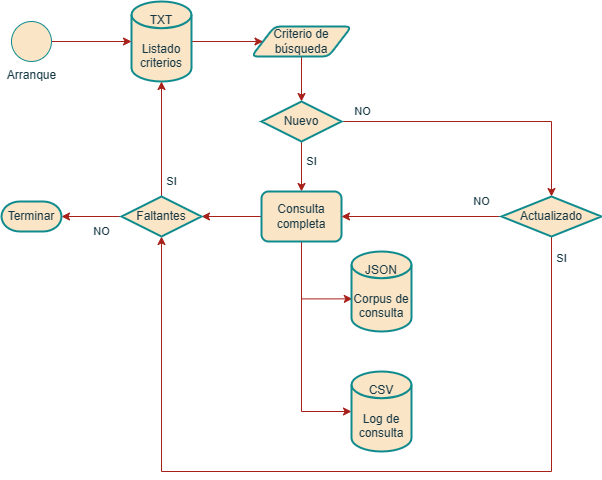
Above: diagramas-flujo/consultar_api.drawio.png in CAMM961001/inai-itam (draw.io), before the change. Source tidied: cells renumbered, new cells last; positions are measured from the earlier drawing's top-left corner, leaving out a move shared by most shapes.
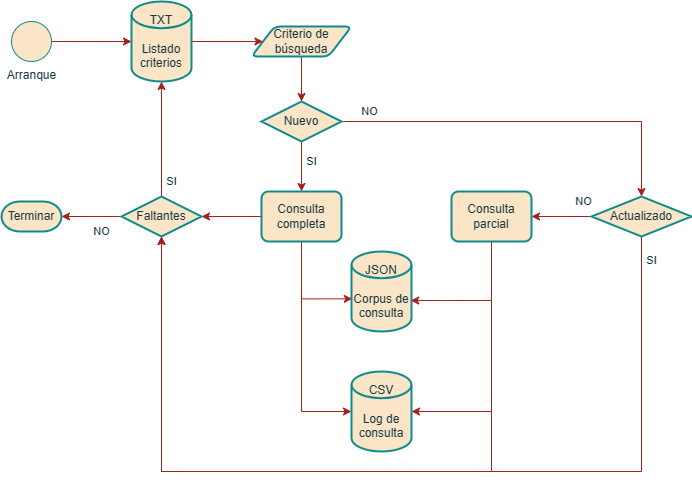
After the commit.

The edit, as a diff of the source:
```diff
@@ -52,16 +52,16 @@
     <mxCell id="15" value="SI" style="edgeStyle=orthogonalEdgeStyle;rounded=0;jettySize=auto;html=1;entryX=0.5;entryY=1;entryDx=0;entryDy=0;entryPerimeter=0;strokeColor=#A8201A;fontColor=#143642;fillColor=#FAE5C7;exitX=0.5;exitY=1;exitDx=0;exitDy=0;exitPerimeter=0;" parent="1" edge="1" source="17" target="21">
       <mxGeometry x="-0.95" y="10" relative="1" as="geometry">
         <Array as="points">
-          <mxPoint x="550" y="470" />
+          <mxPoint x="640" y="470" />
           <mxPoint x="160" y="470" />
         </Array>
       </mxGeometry>
     </mxCell>
-    <mxCell id="16" value="NO" style="edgeStyle=orthogonalEdgeStyle;rounded=0;jettySize=auto;html=1;entryX=1;entryY=0.5;entryDx=0;entryDy=0;strokeColor=#A8201A;fontColor=#143642;fillColor=#FAE5C7;" parent="1" edge="1" source="17" target="10">
+    <mxCell id="16" value="NO" style="edgeStyle=orthogonalEdgeStyle;rounded=0;jettySize=auto;html=1;strokeColor=#A8201A;fontColor=#143642;fillColor=#FAE5C7;entryX=1;entryY=0.5;entryDx=0;entryDy=0;" parent="1" edge="1" source="17" target="27">
       <mxGeometry x="-0.75" y="-15" relative="1" as="geometry" />
     </mxCell>
     <mxCell id="17" value="Actualizado" style="strokeWidth=2;html=1;shape=mxgraph.flowchart.decision;whiteSpace=wrap;strokeColor=#0F8B8D;fontColor=#143642;fillColor=#FAE5C7;" parent="1" vertex="1">
-      <mxGeometry x="500" y="195" width="100" height="40" as="geometry" />
+      <mxGeometry x="590" y="195" width="100" height="40" as="geometry" />
     </mxCell>
     <mxCell id="18" value="CSV&lt;br&gt;&lt;br&gt;Log de&lt;br&gt;consulta" style="strokeWidth=2;html=1;shape=mxgraph.flowchart.database;whiteSpace=wrap;strokeColor=#0F8B8D;fontColor=#143642;fillColor=#FAE5C7;" parent="1" vertex="1">
       <mxGeometry x="350" y="370" width="60" height="80" as="geometry" />
@@ -81,5 +81,30 @@
     <mxCell id="23" value="JSON&lt;br&gt;&lt;br&gt;Corpus de&lt;br&gt;consulta" style="strokeWidth=2;html=1;shape=mxgraph.flowchart.database;whiteSpace=wrap;strokeColor=#0F8B8D;fontColor=#143642;fillColor=#FAE5C7;" parent="1" vertex="1">
       <mxGeometry x="350" y="250" width="60" height="80" as="geometry" />
     </mxCell>
+    <mxCell id="24" style="edgeStyle=orthogonalEdgeStyle;rounded=0;jettySize=auto;html=1;entryX=0.987;entryY=0.613;entryDx=0;entryDy=0;entryPerimeter=0;strokeColor=#A8201A;fontColor=#143642;fillColor=#FAE5C7;" parent="1" edge="1" source="27" target="23">
+      <mxGeometry relative="1" as="geometry">
+        <Array as="points">
+          <mxPoint x="490" y="299" />
+        </Array>
+      </mxGeometry>
+    </mxCell>
+    <mxCell id="25" style="edgeStyle=orthogonalEdgeStyle;rounded=0;jettySize=auto;html=1;entryX=1;entryY=0.5;entryDx=0;entryDy=0;entryPerimeter=0;strokeColor=#A8201A;fontColor=#143642;fillColor=#FAE5C7;" parent="1" edge="1" source="27" target="18">
+      <mxGeometry relative="1" as="geometry">
+        <Array as="points">
+          <mxPoint x="490" y="410" />
+        </Array>
+      </mxGeometry>
+    </mxCell>
+    <mxCell id="26" style="edgeStyle=orthogonalEdgeStyle;rounded=0;jettySize=auto;html=1;entryX=0.5;entryY=1;entryDx=0;entryDy=0;entryPerimeter=0;strokeColor=#A8201A;fontColor=#143642;fillColor=#FAE5C7;" parent="1" edge="1" source="27" target="21">
+      <mxGeometry relative="1" as="geometry">
+        <Array as="points">
+          <mxPoint x="490" y="470" />
+          <mxPoint x="160" y="470" />
+        </Array>
+      </mxGeometry>
+    </mxCell>
+    <mxCell id="27" value="Consulta parcial" style="rounded=1;whiteSpace=wrap;html=1;absoluteArcSize=1;arcSize=14;strokeWidth=2;strokeColor=#0F8B8D;fontColor=#143642;fillColor=#FAE5C7;" parent="1" vertex="1">
+      <mxGeometry x="450" y="190" width="80" height="50" as="geometry" />
+    </mxCell>
   </root>
 </mxGraphModel>
```
